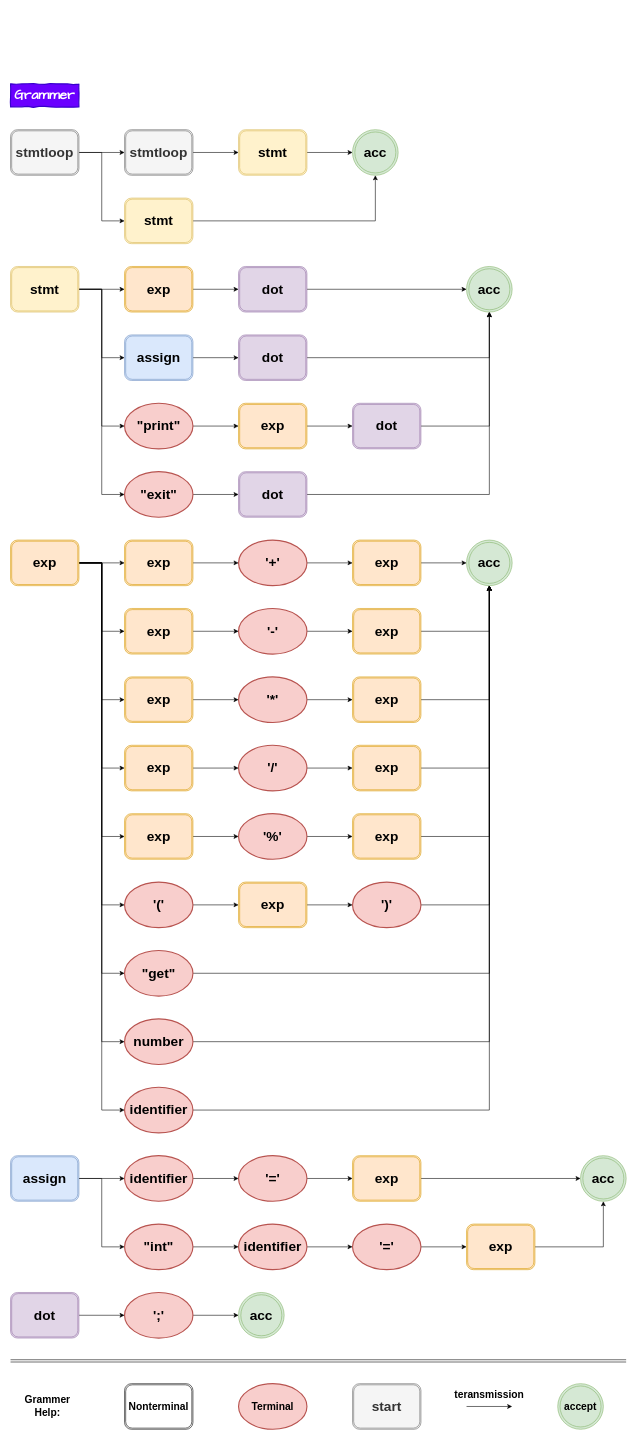
Earlier version of the draw.io diagram Grammer.drawio (maktoobgar/simple_compiler). Source tidied: cells renumbered, new cells numbered last; positions are measured from the earlier drawing's top-left corner, leaving out a move shared by most shapes. Both pictures are drawn from the tidied source at 57%, with x=0, y=0 at pixel (10, 84).
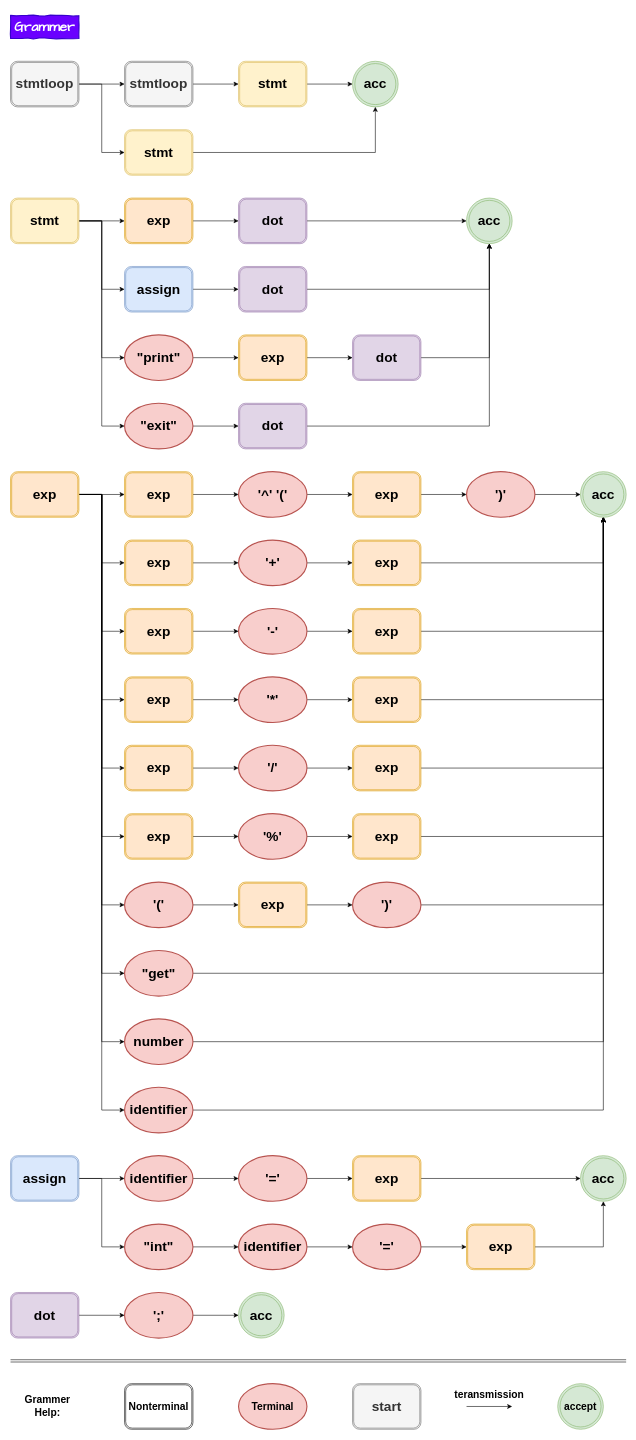
Above is the later version.

Unchanged cells that the change refers to:
```xml
<mxCell id="48" value="&lt;h1&gt;exp&lt;/h1&gt;" style="shape=ext;double=1;rounded=1;whiteSpace=wrap;html=1;fillColor=#ffe6cc;strokeColor=#d79b00;" parent="1" vertex="1">
  <mxGeometry x="200" y="800" width="120" height="80" as="geometry" />
</mxCell>
```

The edit, as a diff of the source:
```diff
@@
     <mxCell id="2" value="&lt;h1&gt;Grammer&lt;/h1&gt;" style="html=1;whiteSpace=wrap;comic=1;strokeWidth=2;fontFamily=Comic Sans MS;fontStyle=1;fillColor=#6a00ff;strokeColor=#3700CC;fontColor=#ffffff;" parent="1" vertex="1">
-      <mxGeometry width="120" height="40" as="geometry" />
+      <mxGeometry y="-120" width="120" height="40" as="geometry" />
     </mxCell>
@@
     <mxCell id="5" value="&lt;h1&gt;&lt;b&gt;stmtloop&lt;/b&gt;&lt;/h1&gt;" style="shape=ext;double=1;rounded=1;whiteSpace=wrap;html=1;fillColor=#f5f5f5;strokeColor=#666666;fontColor=#333333;" parent="1" vertex="1">
-      <mxGeometry y="80" width="120" height="80" as="geometry" />
+      <mxGeometry y="-40" width="120" height="80" as="geometry" />
     </mxCell>
@@
     <mxCell id="7" value="&lt;h1&gt;&lt;b&gt;stmtloop&lt;/b&gt;&lt;/h1&gt;" style="shape=ext;double=1;rounded=1;whiteSpace=wrap;html=1;fillColor=#f5f5f5;strokeColor=#666666;fontColor=#333333;" parent="1" vertex="1">
-      <mxGeometry x="200" y="80" width="120" height="80" as="geometry" />
+      <mxGeometry x="200" y="-40" width="120" height="80" as="geometry" />
     </mxCell>
@@
     <mxCell id="9" value="&lt;h1&gt;stmt&lt;/h1&gt;" style="shape=ext;double=1;rounded=1;whiteSpace=wrap;html=1;fillColor=#fff2cc;strokeColor=#d6b656;" parent="1" vertex="1">
-      <mxGeometry x="400" y="80" width="120" height="80" as="geometry" />
+      <mxGeometry x="400" y="-40" width="120" height="80" as="geometry" />
     </mxCell>
     <mxCell id="10" value="&lt;h1&gt;&lt;b&gt;acc&lt;/b&gt;&lt;/h1&gt;" style="ellipse;shape=doubleEllipse;whiteSpace=wrap;html=1;fillColor=#d5e8d4;strokeColor=#82b366;" parent="1" vertex="1">
-      <mxGeometry x="600" y="80" width="80" height="80" as="geometry" />
+      <mxGeometry x="600" y="-40" width="80" height="80" as="geometry" />
     </mxCell>
@@
     <mxCell id="12" value="&lt;h1&gt;stmt&lt;/h1&gt;" style="shape=ext;double=1;rounded=1;whiteSpace=wrap;html=1;fillColor=#fff2cc;strokeColor=#d6b656;" parent="1" vertex="1">
-      <mxGeometry x="200" y="200" width="120" height="80" as="geometry" />
+      <mxGeometry x="200" y="80" width="120" height="80" as="geometry" />
     </mxCell>
@@
     <mxCell id="17" value="&lt;h1&gt;stmt&lt;/h1&gt;" style="shape=ext;double=1;rounded=1;whiteSpace=wrap;html=1;fillColor=#fff2cc;strokeColor=#d6b656;" parent="1" vertex="1">
-      <mxGeometry y="320" width="120" height="80" as="geometry" />
+      <mxGeometry y="200" width="120" height="80" as="geometry" />
     </mxCell>
@@
     <mxCell id="19" value="&lt;h1&gt;&lt;b&gt;exp&lt;/b&gt;&lt;/h1&gt;" style="shape=ext;double=1;rounded=1;whiteSpace=wrap;html=1;fillColor=#ffe6cc;strokeColor=#d79b00;" parent="1" vertex="1">
-      <mxGeometry x="200" y="320" width="120" height="80" as="geometry" />
+      <mxGeometry x="200" y="200" width="120" height="80" as="geometry" />
     </mxCell>
@@
     <mxCell id="21" value="&lt;h1&gt;&lt;b&gt;dot&lt;/b&gt;&lt;/h1&gt;" style="shape=ext;double=1;rounded=1;whiteSpace=wrap;html=1;fillColor=#e1d5e7;strokeColor=#9673a6;" parent="1" vertex="1">
-      <mxGeometry x="400" y="320" width="120" height="80" as="geometry" />
+      <mxGeometry x="400" y="200" width="120" height="80" as="geometry" />
     </mxCell>
     <mxCell id="22" value="&lt;h1&gt;&lt;b&gt;acc&lt;/b&gt;&lt;/h1&gt;" style="ellipse;shape=doubleEllipse;whiteSpace=wrap;html=1;fillColor=#d5e8d4;strokeColor=#82b366;" parent="1" vertex="1">
-      <mxGeometry x="800" y="320" width="80" height="80" as="geometry" />
+      <mxGeometry x="800" y="200" width="80" height="80" as="geometry" />
     </mxCell>
@@
     <mxCell id="24" value="&lt;h1&gt;&lt;b&gt;&quot;print&quot;&lt;/b&gt;&lt;/h1&gt;" style="strokeWidth=2;html=1;shape=mxgraph.flowchart.start_1;whiteSpace=wrap;fillColor=#f8cecc;strokeColor=#b85450;" parent="1" vertex="1">
-      <mxGeometry x="200" y="560" width="120" height="80" as="geometry" />
+      <mxGeometry x="200" y="440" width="120" height="80" as="geometry" />
     </mxCell>
@@
     <mxCell id="26" value="&lt;h1&gt;&lt;b&gt;exp&lt;/b&gt;&lt;/h1&gt;" style="shape=ext;double=1;rounded=1;whiteSpace=wrap;html=1;fillColor=#ffe6cc;strokeColor=#d79b00;" parent="1" vertex="1">
-      <mxGeometry x="400" y="560" width="120" height="80" as="geometry" />
+      <mxGeometry x="400" y="440" width="120" height="80" as="geometry" />
     </mxCell>
@@
     <mxCell id="28" value="&lt;h1&gt;&lt;b&gt;dot&lt;/b&gt;&lt;/h1&gt;" style="shape=ext;double=1;rounded=1;whiteSpace=wrap;html=1;fillColor=#e1d5e7;strokeColor=#9673a6;" parent="1" vertex="1">
-      <mxGeometry x="600" y="560" width="120" height="80" as="geometry" />
+      <mxGeometry x="600" y="440" width="120" height="80" as="geometry" />
     </mxCell>
@@
     <mxCell id="30" value="&lt;h1&gt;&lt;b&gt;assign&lt;/b&gt;&lt;/h1&gt;" style="shape=ext;double=1;rounded=1;whiteSpace=wrap;html=1;fillColor=#dae8fc;strokeColor=#6c8ebf;" parent="1" vertex="1">
-      <mxGeometry x="200" y="440" width="120" height="80" as="geometry" />
+      <mxGeometry x="200" y="320" width="120" height="80" as="geometry" />
     </mxCell>
@@
     <mxCell id="32" value="&lt;h1&gt;&lt;b&gt;dot&lt;/b&gt;&lt;/h1&gt;" style="shape=ext;double=1;rounded=1;whiteSpace=wrap;html=1;fillColor=#e1d5e7;strokeColor=#9673a6;" parent="1" vertex="1">
-      <mxGeometry x="400" y="440" width="120" height="80" as="geometry" />
+      <mxGeometry x="400" y="320" width="120" height="80" as="geometry" />
     </mxCell>
@@
     <mxCell id="34" value="&lt;h1&gt;&lt;b&gt;&quot;exit&quot;&lt;/b&gt;&lt;/h1&gt;" style="strokeWidth=2;html=1;shape=mxgraph.flowchart.start_1;whiteSpace=wrap;fillColor=#f8cecc;strokeColor=#b85450;" parent="1" vertex="1">
-      <mxGeometry x="200" y="680" width="120" height="80" as="geometry" />
+      <mxGeometry x="200" y="560" width="120" height="80" as="geometry" />
     </mxCell>
@@
     <mxCell id="36" value="&lt;h1&gt;&lt;b&gt;dot&lt;/b&gt;&lt;/h1&gt;" style="shape=ext;double=1;rounded=1;whiteSpace=wrap;html=1;fillColor=#e1d5e7;strokeColor=#9673a6;" parent="1" vertex="1">
-      <mxGeometry x="400" y="680" width="120" height="80" as="geometry" />
+      <mxGeometry x="400" y="560" width="120" height="80" as="geometry" />
     </mxCell>
-    <mxCell id="37" style="edgeStyle=orthogonalEdgeStyle;rounded=0;jettySize=auto;html=1;" parent="1" edge="1" source="46" target="48">
-      <mxGeometry relative="1" as="geometry" />
-    </mxCell>
@@
+    <mxCell id="37" style="edgeStyle=orthogonalEdgeStyle;rounded=0;jettySize=auto;html=1;entryX=0;entryY=0.5;entryDx=0;entryDy=0;" parent="1" edge="1" source="46" target="48">
+      <mxGeometry relative="1" as="geometry" />
+    </mxCell>
+    <mxCell id="121" style="edgeStyle=orthogonalEdgeStyle;rounded=0;jettySize=auto;html=1;" parent="1" edge="1" source="46" target="123">
+      <mxGeometry relative="1" as="geometry" />
+    </mxCell>
     <mxCell id="46" value="&lt;h1&gt;exp&lt;/h1&gt;" style="shape=ext;double=1;rounded=1;whiteSpace=wrap;html=1;fillColor=#ffe6cc;strokeColor=#d79b00;" parent="1" vertex="1">
-      <mxGeometry y="800" width="120" height="80" as="geometry" />
+      <mxGeometry y="680" width="120" height="80" as="geometry" />
     </mxCell>
@@
     <mxCell id="71" value="&lt;h1&gt;&lt;b&gt;acc&lt;/b&gt;&lt;/h1&gt;" style="ellipse;shape=doubleEllipse;whiteSpace=wrap;html=1;fillColor=#d5e8d4;strokeColor=#82b366;" parent="1" vertex="1">
-      <mxGeometry x="800" y="800" width="80" height="80" as="geometry" />
+      <mxGeometry x="1000" y="680" width="80" height="80" as="geometry" />
     </mxCell>
@@
+    <mxCell id="122" style="edgeStyle=orthogonalEdgeStyle;rounded=0;jettySize=auto;html=1;" parent="1" edge="1" source="123" target="125">
+      <mxGeometry relative="1" as="geometry" />
+    </mxCell>
+    <mxCell id="123" value="&lt;h1&gt;exp&lt;/h1&gt;" style="shape=ext;double=1;rounded=1;whiteSpace=wrap;html=1;fillColor=#ffe6cc;strokeColor=#d79b00;" parent="1" vertex="1">
+      <mxGeometry x="200" y="680" width="120" height="80" as="geometry" />
+    </mxCell>
+    <mxCell id="124" style="edgeStyle=orthogonalEdgeStyle;rounded=0;jettySize=auto;html=1;" parent="1" edge="1" source="125" target="127">
+      <mxGeometry relative="1" as="geometry" />
+    </mxCell>
+    <mxCell id="125" value="&lt;h1&gt;&lt;b&gt;'^' '('&lt;/b&gt;&lt;/h1&gt;" style="strokeWidth=2;html=1;shape=mxgraph.flowchart.start_1;whiteSpace=wrap;fillColor=#f8cecc;strokeColor=#b85450;" parent="1" vertex="1">
+      <mxGeometry x="400" y="680" width="120" height="80" as="geometry" />
+    </mxCell>
+    <mxCell id="126" style="edgeStyle=orthogonalEdgeStyle;rounded=0;jettySize=auto;html=1;" parent="1" edge="1" source="127" target="129">
+      <mxGeometry relative="1" as="geometry" />
+    </mxCell>
+    <mxCell id="127" value="&lt;h1&gt;exp&lt;/h1&gt;" style="shape=ext;double=1;rounded=1;whiteSpace=wrap;html=1;fillColor=#ffe6cc;strokeColor=#d79b00;" parent="1" vertex="1">
+      <mxGeometry x="600" y="680" width="120" height="80" as="geometry" />
+    </mxCell>
+    <mxCell id="128" style="edgeStyle=orthogonalEdgeStyle;rounded=0;jettySize=auto;html=1;" parent="1" edge="1" source="129" target="71">
+      <mxGeometry relative="1" as="geometry" />
+    </mxCell>
+    <mxCell id="129" value="&lt;h1&gt;&lt;b&gt;')'&lt;/b&gt;&lt;/h1&gt;" style="strokeWidth=2;html=1;shape=mxgraph.flowchart.start_1;whiteSpace=wrap;fillColor=#f8cecc;strokeColor=#b85450;" parent="1" vertex="1">
+      <mxGeometry x="800" y="680" width="120" height="80" as="geometry" />
+    </mxCell>
```
